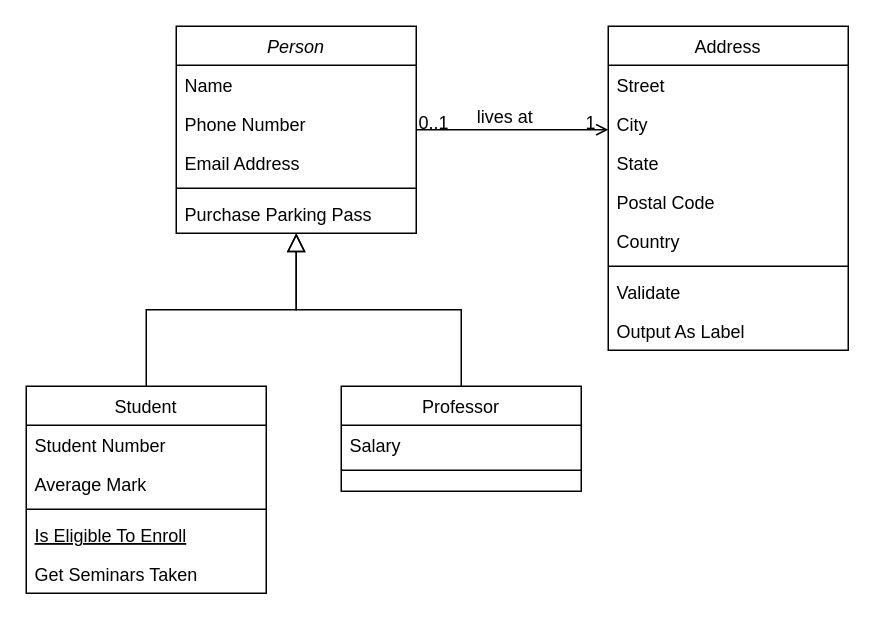
Above: src/com/estudosJava/Dconstrutores/firstClasDraw.drawio in Ascenindex/estudosMelhorados (draw.io), before the change. Source tidied: cells renumbered, new cells numbered last; positions are measured from the earlier drawing's top-left corner, leaving out a move shared by most shapes. Both pictures are drawn from the tidied source at 150%, with x=0, y=0 at pixel (26, 26).
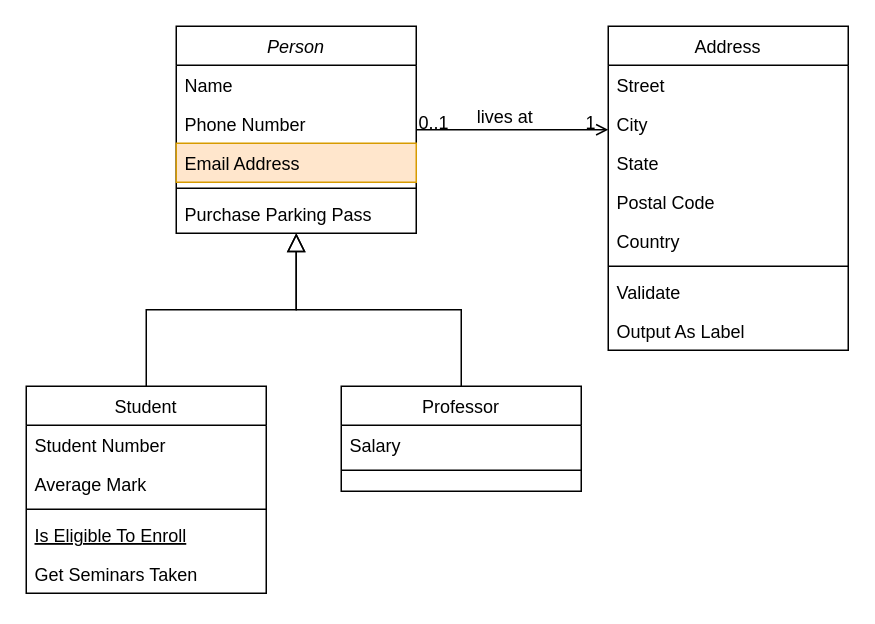
The same diagram, later.

Unchanged cells that the change refers to:
```xml
<mxCell id="2" value="Person" style="swimlane;fontStyle=2;align=center;verticalAlign=top;horizontal=1;startSize=26;rounded=0;shadow=0;strokeWidth=1;" parent="1" vertex="1">
  <mxGeometry x="100" width="160" height="138" as="geometry" />
</mxCell>
```

Diff of the diagram source:
```diff
@@
-    <mxCell id="5" value="Email Address" style="text;align=left;verticalAlign=top;spacingLeft=4;spacingRight=4;overflow=hidden;rounded=0;shadow=0;html=0;" parent="2" vertex="1">
+    <mxCell id="5" value="Email Address" style="text;align=left;verticalAlign=top;spacingLeft=4;spacingRight=4;overflow=hidden;rounded=0;shadow=0;html=0;fillColor=#ffe6cc;strokeColor=#d79b00;" parent="2" vertex="1">
       <mxGeometry y="78" width="160" height="26" as="geometry" />
     </mxCell>
```
